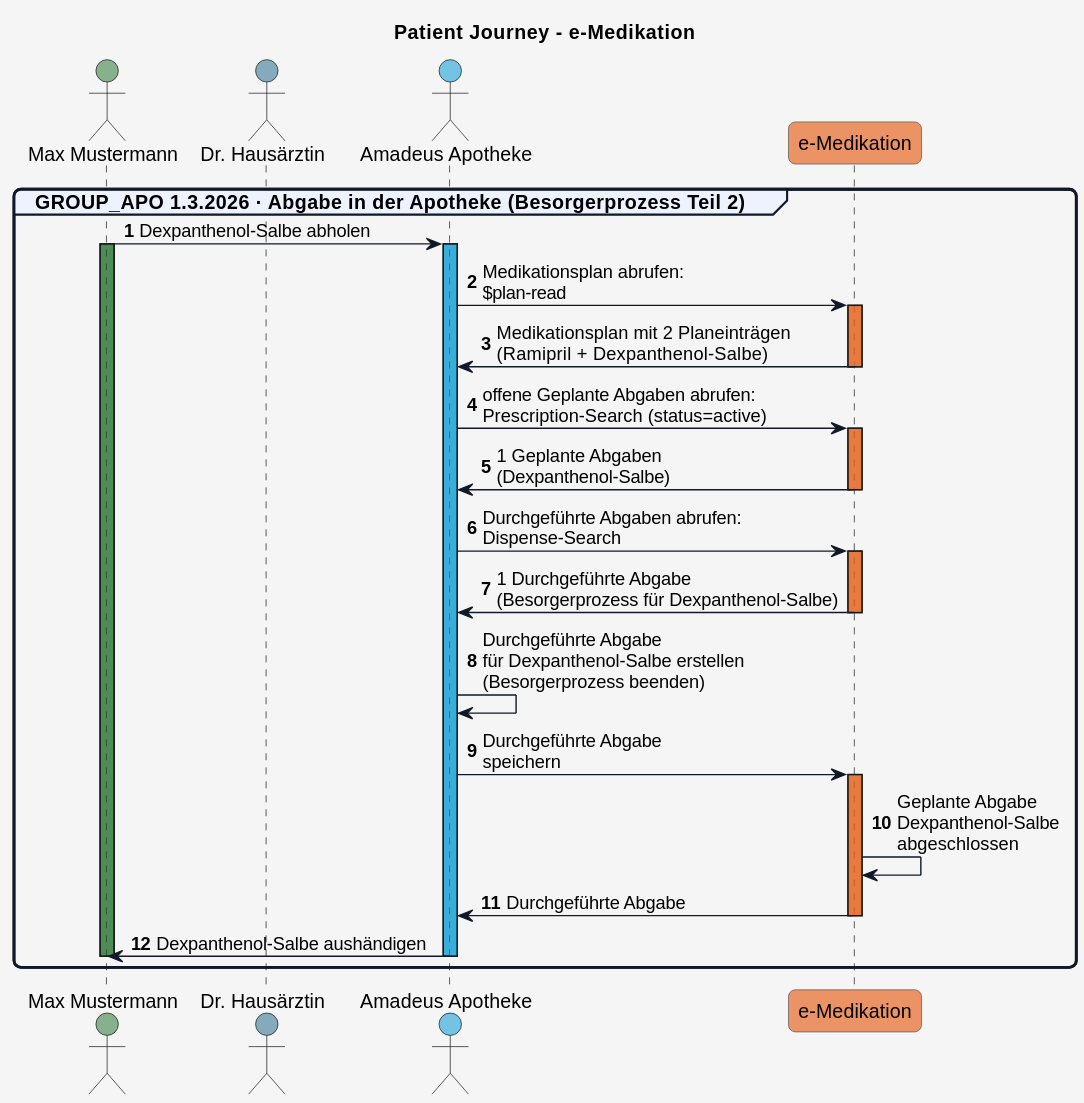
Before: r4-ELGA-e-Medikation-main/plantuml/patient_journey_03.svg, a diagram exported from PlantUML (HL7Austria/hl7austria.github.io).
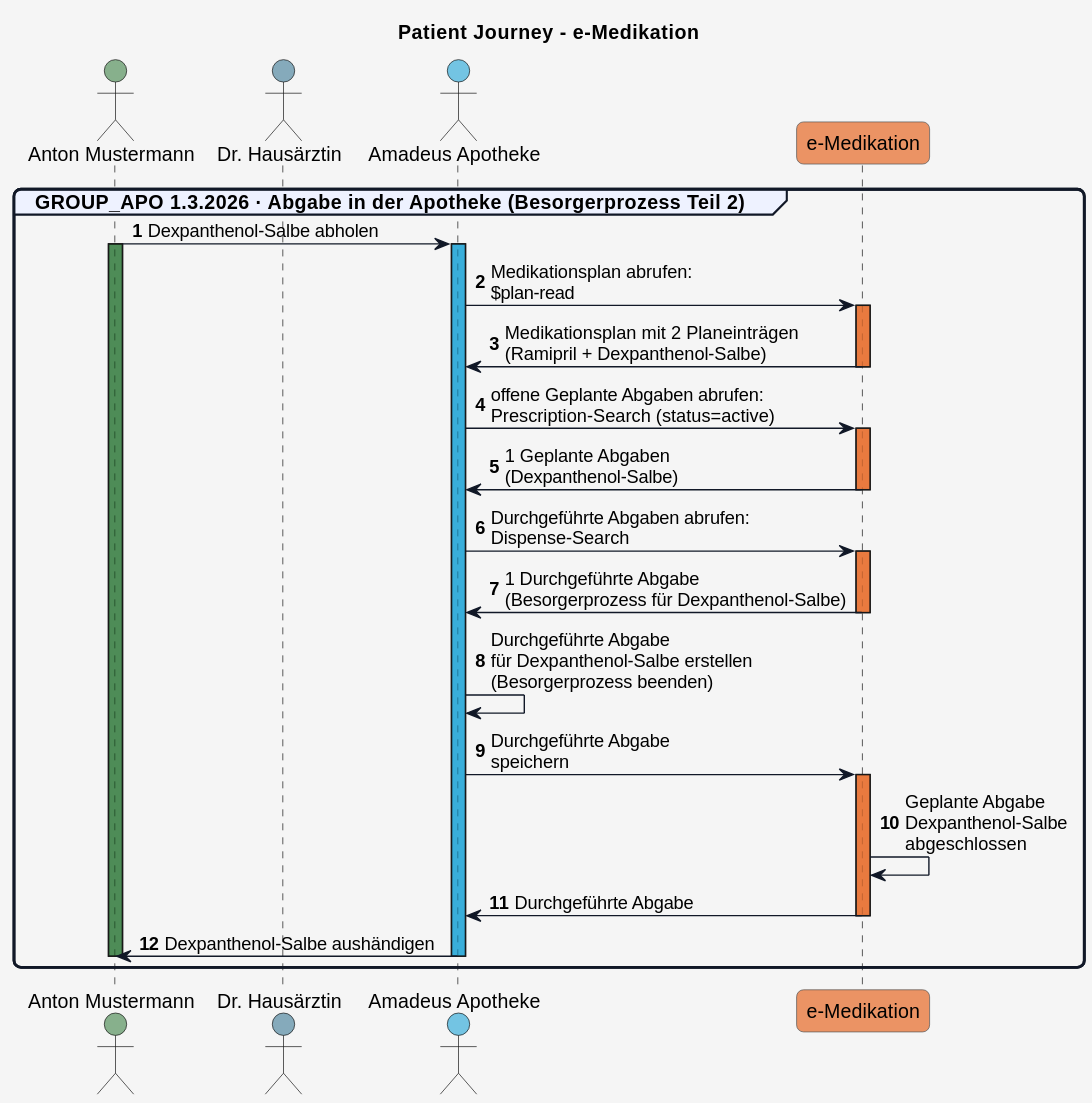
Later version of the same file.

Diff of the diagram source:
```diff
@@ -50,8 +50,8 @@
 !define COLOR_ERROR    #E9713235
 
 
-actor Patient as "Max Mustermann" COLOR_PATIENT
-actor Arzt_1 as "Dr. Hausärztin" COLOR_GDA_1
+actor Patient as "Anton Mustermann" COLOR_PATIENT
+actor Arzt_2 as "Dr. Hausärztin" COLOR_GDA_1
 actor Apotheke as "Amadeus Apotheke" COLOR_APO
 participant eMed_FA as "e-Medikation" COLOR_EMED_FA
 
@@ -66,7 +66,7 @@
   activate Apotheke COLOR_APO
   Apotheke -> eMed_FA: Medikationsplan abrufen:\n$plan-read
   activate eMed_FA COLOR_EMED_FA
-  eMed_FA -> Apotheke: Medikationsplan mit 2 Planeinträgen\n(Rampipril + Dexpanthenol-Salbe)
+  eMed_FA -> Apotheke: Medikationsplan mit 2 Planeinträgen\n(Ramipril + Dexpanthenol-Salbe)
   deactivate eMed_FA
   Apotheke -> eMed_FA: offene Geplante Abgaben abrufen:\nPrescription-Search (status=active)
   activate eMed_FA COLOR_EMED_FA
```
